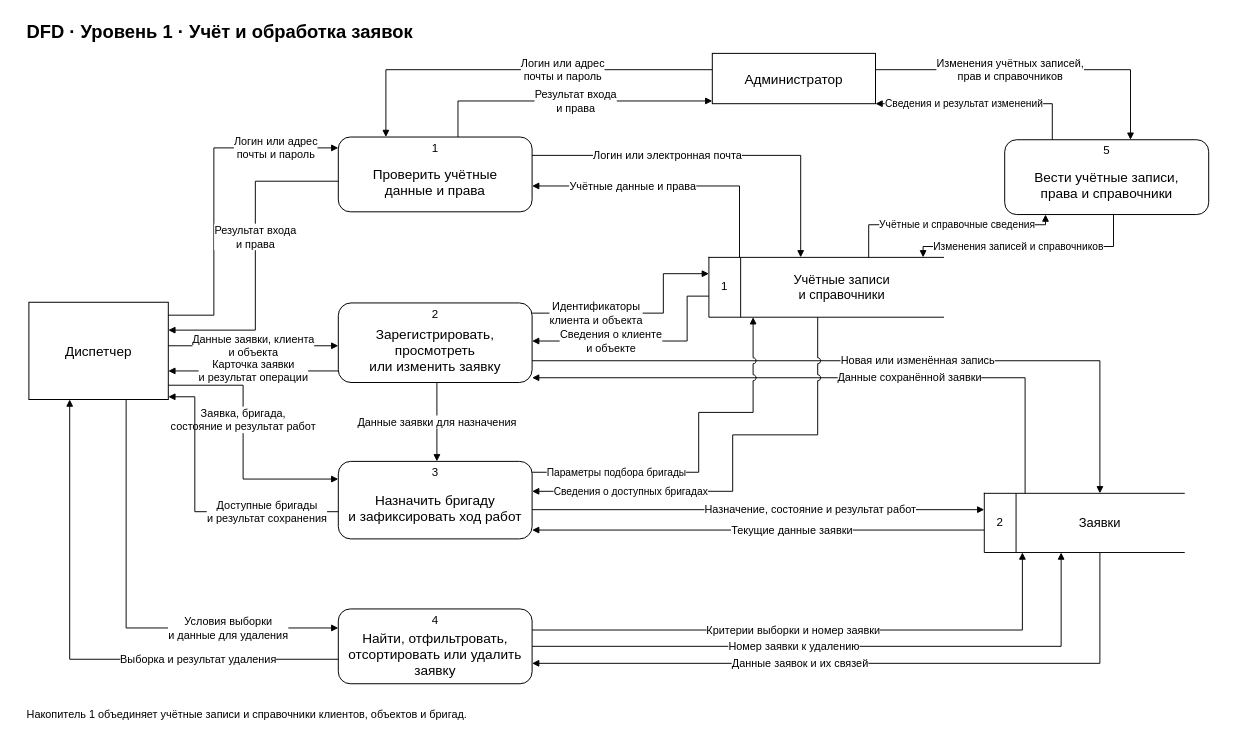
NXR333/codex-skills keeps this draw.io diagram as page "DFD · Уровень 1 · Учёт и обработка заявок" (3 of 7) of skills/coursework-diagrams/assets/repair-requests.drawio. Above is the earlier version. Source tidied: cells renumbered, new cells numbered last; positions are measured from the earlier drawing's top-left corner, leaving out a move shared by most shapes. Both pictures are drawn from the tidied source at 68%, with x=0, y=0 at pixel (12, 12).
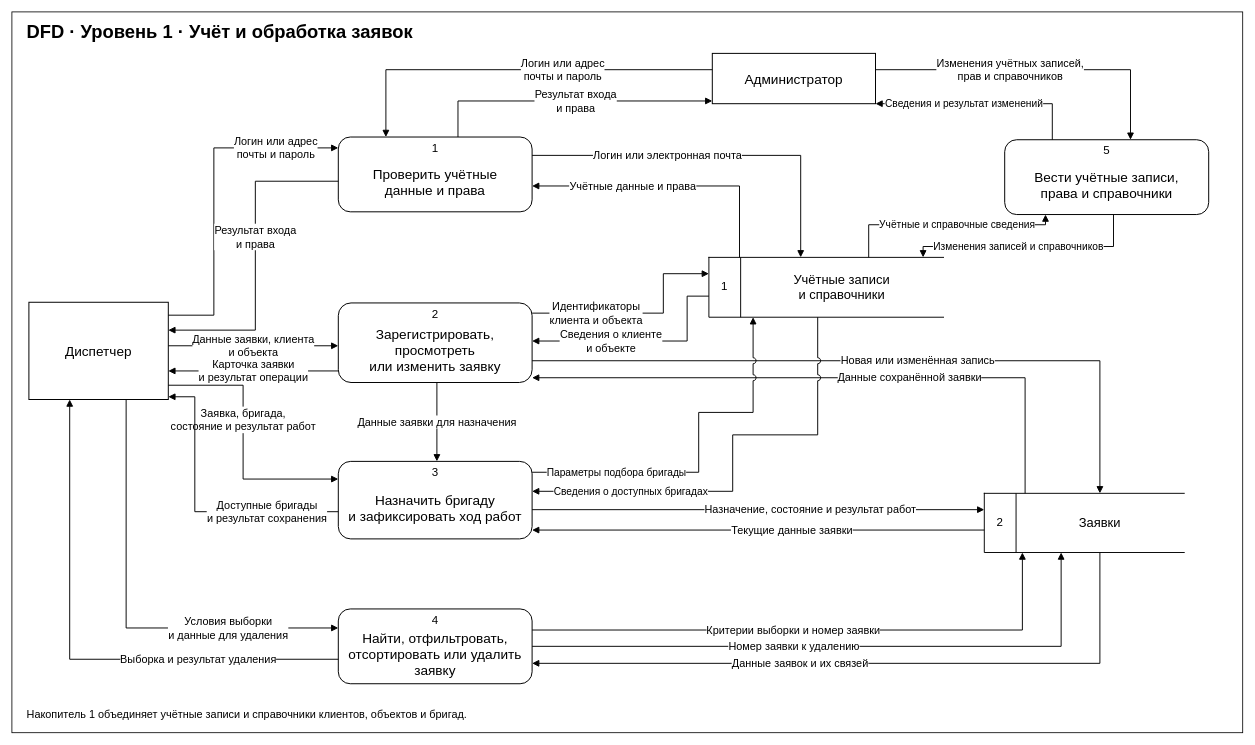
The same diagram, later.

What changed in the source:
```diff
@@
-    <mxCell id="2" style="html=1;fontFamily=Arial;fontColor=#000000;rect;whiteSpace=wrap;fillColor=#FFFFFF;strokeColor=#000000;fontSize=18;rounded=0;fillColor=none;strokeWidth=1.2;strokeColor=#6F6F6;" parent="1" vertex="1">
+    <mxCell id="2" style="html=1;fontFamily=Arial;fontColor=#000000;rect;whiteSpace=wrap;fillColor=#FFFFFF;strokeColor=#000000;fontSize=18;rounded=0;fillColor=none;strokeWidth=1.2;strokeColor=#000000;" parent="1" vertex="1">
       <mxGeometry width="1810" height="1060" as="geometry" />
     </mxCell>
```
